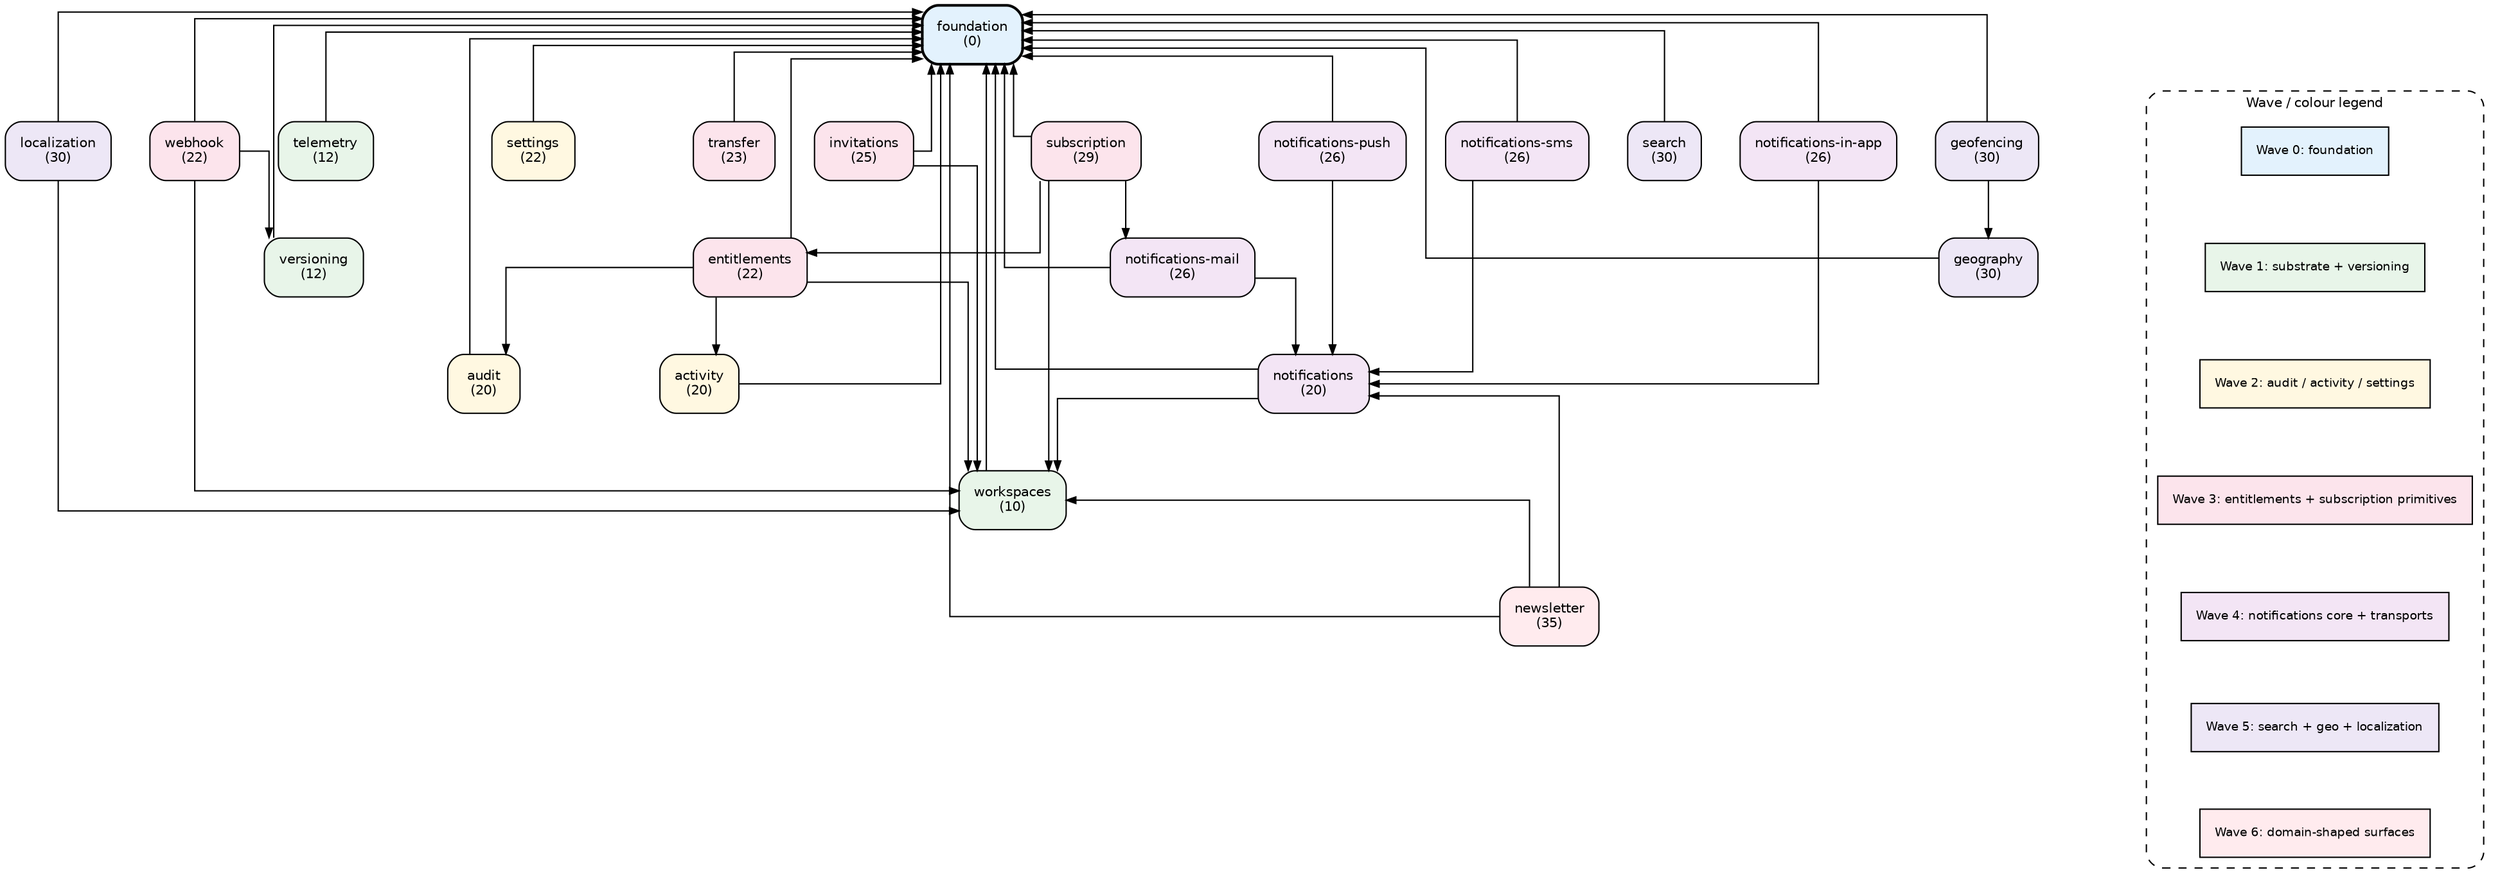
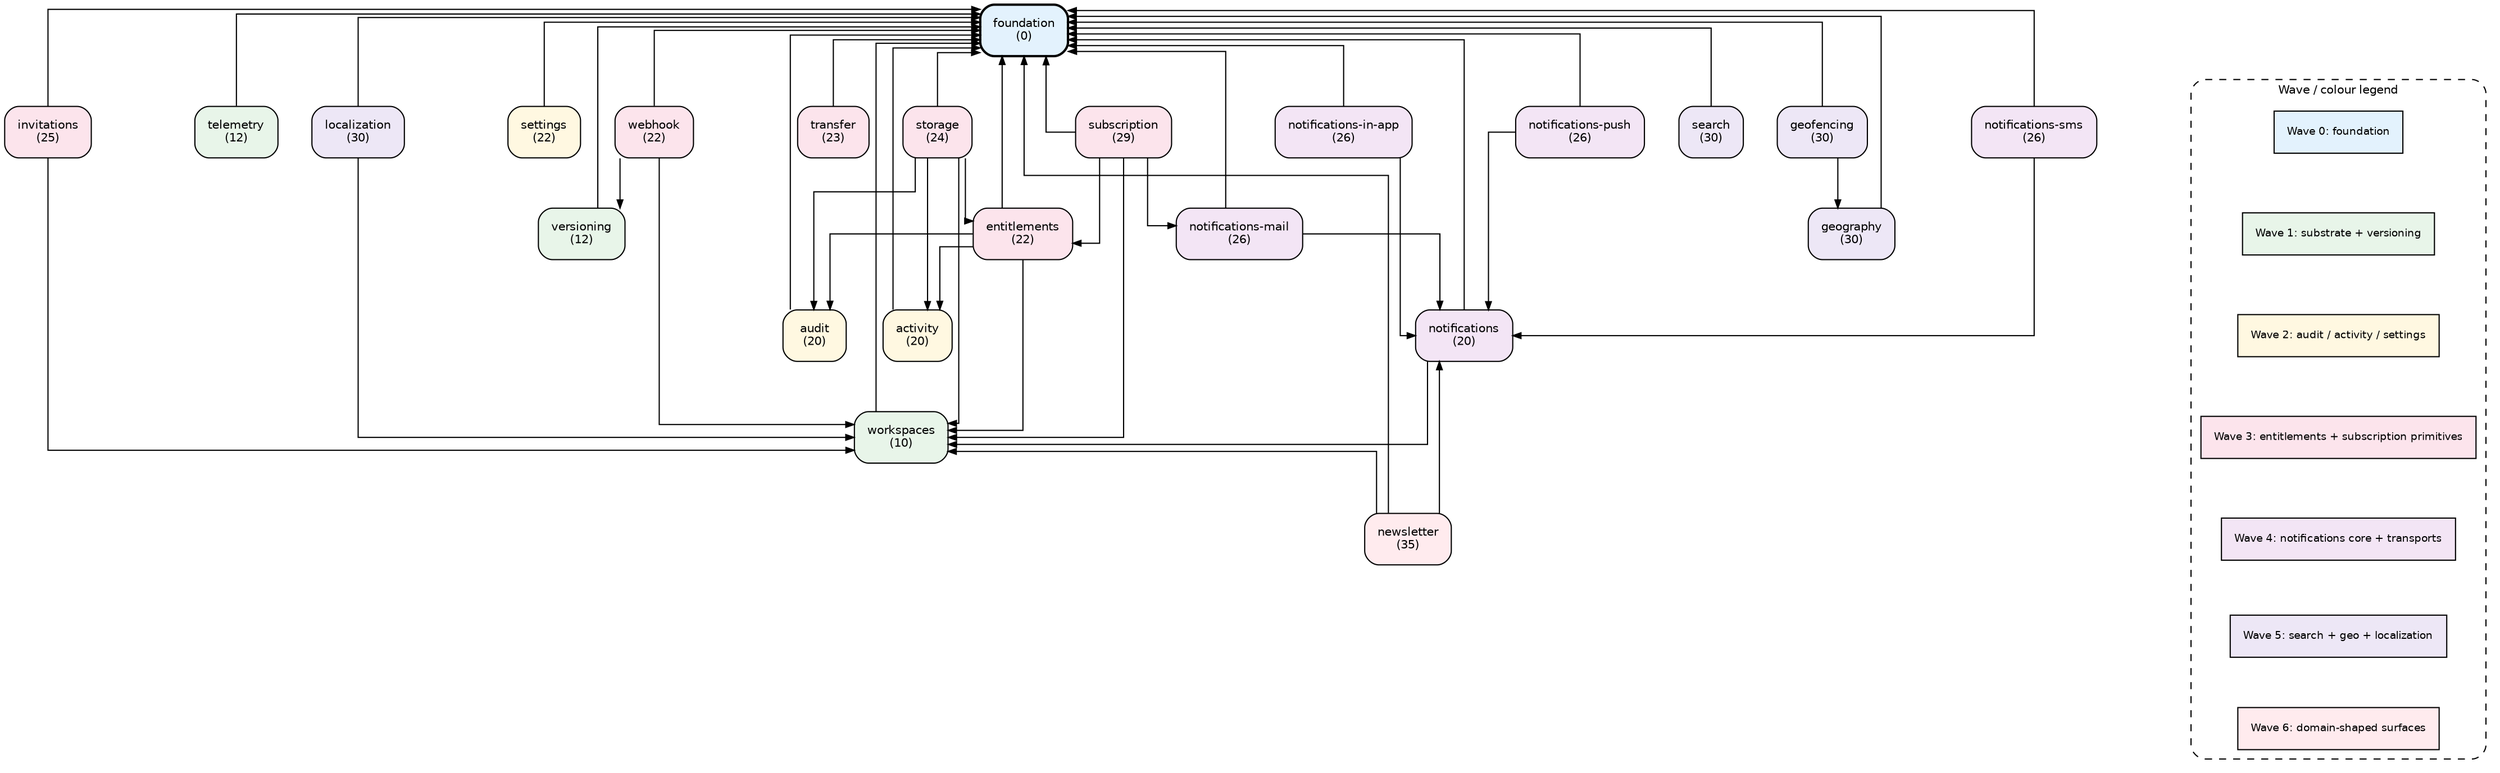
// Academorix module dependency graph.
//
// Nodes: every module folder under `modules/`.
// Edges: A -> B means A depends on B (A's module.json.dependencies contains B).
//
// Regenerated by `modules/foundation/scripts/validate-module-graph.py` when
// module.json.dependencies changes. This file is the source of truth for the
// docs surface + the diagram in .kiro/steering/module-graph.md.
//
// Priority ordering: lower priority boots first. `rank=source` on foundation
// pins it to the top. `rank=sink` on domain modules groups them at the bottom.
// Priorities in parentheses after the label.
//
// Render locally:
//   dot -Tsvg modules/foundation/data/module-graph.dot -o module-graph.svg
//   dot -Tpng modules/foundation/data/module-graph.dot -o module-graph.png

digraph AcademorixModules {
  rankdir = TB;
  compound = true;
  splines = ortho;
  concentrate = true;
  nodesep = 0.4;
  ranksep = 0.6;
  fontname = "Helvetica";

  node [shape=box, style="rounded,filled", fontname="Helvetica", fontsize=10, margin=0.15];
  edge [fontname="Helvetica", fontsize=8, arrowsize=0.7];

  // ---- WAVE 0 -----------------------------------------------------------
  { rank = source;
    foundation [label="foundation\n(0)", fillcolor="#E3F2FD", style="rounded,filled,bold"];
  }

  // ---- WAVE 1 (substrate + versioning) ----------------------------------
  workspaces  [label="workspaces\n(10)",  fillcolor="#E8F5E9"];
  versioning  [label="versioning\n(12)",  fillcolor="#E8F5E9"];
  telemetry   [label="telemetry\n(12)",   fillcolor="#E8F5E9"];

  // ---- WAVE 2 (audit / activity / settings substrate) -------------------
  audit    [label="audit\n(20)",    fillcolor="#FFF8E1"];
  activity [label="activity\n(20)", fillcolor="#FFF8E1"];
  settings [label="settings\n(22)", fillcolor="#FFF8E1"];

-   // ---- WAVE 3 (entitlements + subscription primitives) ------------------
+   // ---- WAVE 3 (entitlements + subscription primitives + storage) --------
  entitlements  [label="entitlements\n(22)",  fillcolor="#FCE4EC"];
  webhook       [label="webhook\n(22)",       fillcolor="#FCE4EC"];
  transfer      [label="transfer\n(23)",      fillcolor="#FCE4EC"];
+   storage       [label="storage\n(24)",       fillcolor="#FCE4EC"];
  invitations   [label="invitations\n(25)",   fillcolor="#FCE4EC"];
  subscription  [label="subscription\n(29)",  fillcolor="#FCE4EC"];

  // ---- WAVE 4 (notifications core + transports) -------------------------
  notifications         [label="notifications\n(20)",         fillcolor="#F3E5F5"];
  "notifications-mail"  [label="notifications-mail\n(26)",    fillcolor="#F3E5F5"];
  "notifications-push"  [label="notifications-push\n(26)",    fillcolor="#F3E5F5"];
  "notifications-sms"   [label="notifications-sms\n(26)",     fillcolor="#F3E5F5"];
  "notifications-in-app"[label="notifications-in-app\n(26)",  fillcolor="#F3E5F5"];

  // ---- WAVE 5 (search + geo + localization) -----------------------------
  search       [label="search\n(30)",       fillcolor="#EDE7F6"];
  geography    [label="geography\n(30)",    fillcolor="#EDE7F6"];
  geofencing   [label="geofencing\n(30)",   fillcolor="#EDE7F6"];
  localization [label="localization\n(30)", fillcolor="#EDE7F6"];

  // ---- WAVE 6 (surface / domain-shaped) ---------------------------------
  { rank = sink;
    newsletter [label="newsletter\n(35)", fillcolor="#FFEBEE"];
  }

  // ---- Dependency edges (from module.json.dependencies) -----------------

  // Everything depends on foundation.
  workspaces          -> foundation;
  versioning          -> foundation;
  telemetry           -> foundation;
  audit               -> foundation;
  activity            -> foundation;
  settings            -> foundation;
  entitlements        -> foundation;
  webhook             -> foundation;
  transfer            -> foundation;
+   storage             -> foundation;
  invitations         -> foundation;
  subscription        -> foundation;
  notifications       -> foundation;
  "notifications-mail" -> foundation;
  "notifications-push" -> foundation;
  "notifications-sms"  -> foundation;
  "notifications-in-app" -> foundation;
  search              -> foundation;
  geography           -> foundation;
  geofencing          -> foundation;
  localization        -> foundation;
  newsletter          -> foundation;

  // Substrate dependencies.
  entitlements   -> workspaces;
  entitlements   -> activity;
  entitlements   -> audit;
  webhook        -> workspaces;
  webhook        -> versioning;
+   storage        -> workspaces;
+   storage        -> entitlements;
+   storage        -> activity;
+   storage        -> audit;
  subscription   -> workspaces;
  subscription   -> entitlements;
  subscription   -> "notifications-mail";
  invitations    -> workspaces;
  notifications  -> workspaces;

  // Transport bindings.
  "notifications-mail"   -> notifications;
  "notifications-push"   -> notifications;
  "notifications-sms"    -> notifications;
  "notifications-in-app" -> notifications;

  // Cross-domain uses.
  geofencing   -> geography;
  localization -> workspaces;
  newsletter   -> workspaces;
  newsletter   -> notifications;

  // Legend.
  subgraph cluster_legend {
    label = "Wave / colour legend";
    style = "rounded,dashed";
    fontsize = 10;
    node [shape=box, style=filled, fontsize=9];
    l0 [label="Wave 0: foundation",              fillcolor="#E3F2FD"];
    l1 [label="Wave 1: substrate + versioning",  fillcolor="#E8F5E9"];
    l2 [label="Wave 2: audit / activity / settings", fillcolor="#FFF8E1"];
    l3 [label="Wave 3: entitlements + subscription primitives", fillcolor="#FCE4EC"];
    l4 [label="Wave 4: notifications core + transports", fillcolor="#F3E5F5"];
    l5 [label="Wave 5: search + geo + localization", fillcolor="#EDE7F6"];
    l6 [label="Wave 6: domain-shaped surfaces",  fillcolor="#FFEBEE"];
    l0 -> l1 -> l2 -> l3 -> l4 -> l5 -> l6 [style=invis];
  }
}
